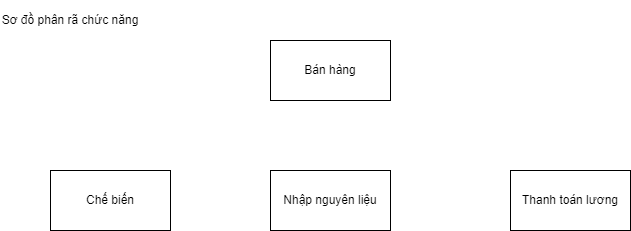
Before: DFD2.png, a diagram exported from draw.io (InfiniteByte1811/branch1). Source tidied: cells renumbered, new cells last; positions are measured from the earlier drawing's top-left corner, leaving out a move shared by most shapes. Source of this version:
```xml
<mxGraphModel>
  <root>
    <mxCell id="0" />
    <mxCell id="1" parent="0" />
    <mxCell id="2" value="Sơ đồ phân rã chức năng" style="text;html=1;strokeColor=none;fillColor=none;align=center;verticalAlign=middle;whiteSpace=wrap;rounded=0;" parent="1" vertex="1">
      <mxGeometry width="140" height="40" as="geometry" />
    </mxCell>
    <mxCell id="3" value="Bán hàng" style="rounded=0;whiteSpace=wrap;html=1;" parent="1" vertex="1">
      <mxGeometry x="270" y="40" width="120" height="60" as="geometry" />
    </mxCell>
    <mxCell id="4" value="Thanh toán lương" style="rounded=0;whiteSpace=wrap;html=1;" parent="1" vertex="1">
      <mxGeometry x="510" y="170" width="120" height="60" as="geometry" />
    </mxCell>
    <mxCell id="5" value="Chế biến" style="rounded=0;whiteSpace=wrap;html=1;" parent="1" vertex="1">
      <mxGeometry x="50" y="170" width="120" height="60" as="geometry" />
    </mxCell>
    <mxCell id="6" value="Nhập nguyên liệu" style="rounded=0;whiteSpace=wrap;html=1;" parent="1" vertex="1">
      <mxGeometry x="270" y="170" width="120" height="60" as="geometry" />
    </mxCell>
  </root>
</mxGraphModel>
```
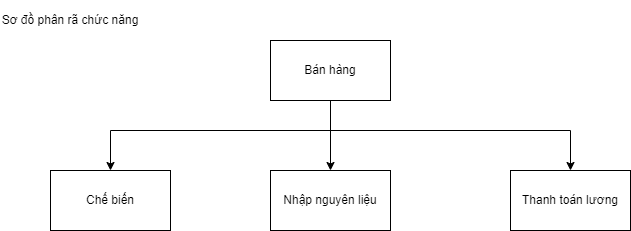
Above is the later version.

Commit message:
Cập nhật DFD2.png

The edit, as a diff of the source:
```diff
@@ -5,6 +5,25 @@
     <mxCell id="2" value="Sơ đồ phân rã chức năng" style="text;html=1;strokeColor=none;fillColor=none;align=center;verticalAlign=middle;whiteSpace=wrap;rounded=0;" parent="1" vertex="1">
       <mxGeometry width="140" height="40" as="geometry" />
     </mxCell>
+    <mxCell id="7" style="edgeStyle=orthogonalEdgeStyle;rounded=0;jettySize=auto;html=1;" parent="1" edge="1" source="3" target="6">
+      <mxGeometry relative="1" as="geometry" />
+    </mxCell>
+    <mxCell id="8" style="edgeStyle=orthogonalEdgeStyle;rounded=0;jettySize=auto;html=1;entryX=0.5;entryY=0;entryDx=0;entryDy=0;" parent="1" edge="1" source="3" target="5">
+      <mxGeometry relative="1" as="geometry">
+        <Array as="points">
+          <mxPoint x="330" y="130" />
+          <mxPoint x="110" y="130" />
+        </Array>
+      </mxGeometry>
+    </mxCell>
+    <mxCell id="9" style="edgeStyle=orthogonalEdgeStyle;rounded=0;jettySize=auto;html=1;entryX=0.5;entryY=0;entryDx=0;entryDy=0;" parent="1" edge="1" source="3" target="4">
+      <mxGeometry relative="1" as="geometry">
+        <Array as="points">
+          <mxPoint x="330" y="130" />
+          <mxPoint x="570" y="130" />
+        </Array>
+      </mxGeometry>
+    </mxCell>
     <mxCell id="3" value="Bán hàng" style="rounded=0;whiteSpace=wrap;html=1;" parent="1" vertex="1">
       <mxGeometry x="270" y="40" width="120" height="60" as="geometry" />
     </mxCell>
```
